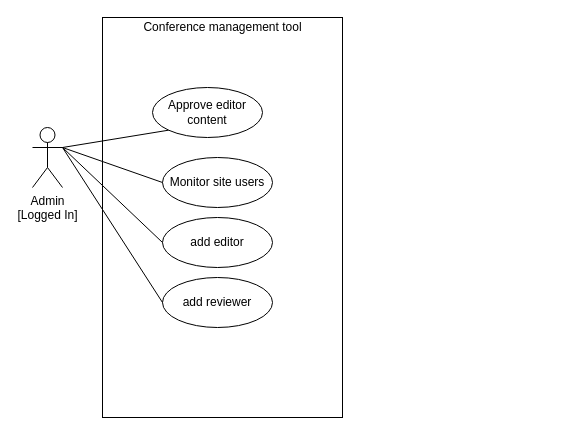
Above: page "Admin" (4 of 5) of diagrams/UseCase.drawio in matthew-sliit/conferencemgtool (draw.io), before the change. Source tidied: cells renumbered, new cells numbered last; positions are measured from the earlier drawing's top-left corner, leaving out a move shared by most shapes. Both pictures are drawn from the tidied source at 100%, with x=0, y=0 at pixel (32, 17).
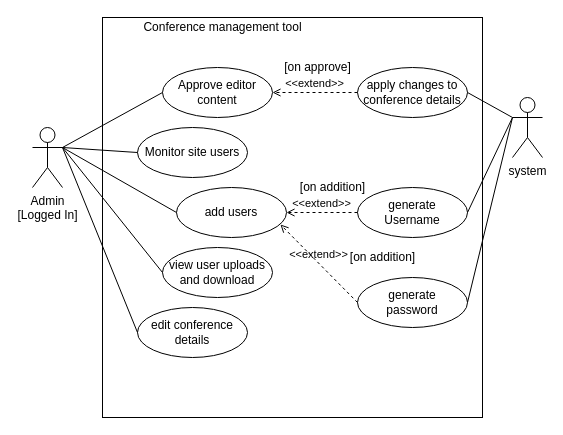
The same diagram, later.

The change refers to these unchanged cells:
```xml
<mxCell id="3" value="Admin&lt;br&gt;[Logged In]" style="shape=umlActor;verticalLabelPosition=bottom;verticalAlign=top;html=1;outlineConnect=0;" parent="1" vertex="1">
  <mxGeometry y="110" width="30" height="60" as="geometry" />
</mxCell>
```

What changed in the source:
```diff
@@
     <mxCell id="2" style="rounded=0;whiteSpace=wrap;html=1;" parent="1" vertex="1">
-      <mxGeometry x="70" width="240" height="400" as="geometry" />
+      <mxGeometry x="70" width="380" height="400" as="geometry" />
     </mxCell>
@@
     <mxCell id="4" value="Approve editor content" style="ellipse;whiteSpace=wrap;html=1;" parent="1" vertex="1">
-      <mxGeometry x="120" y="70" width="110" height="50" as="geometry" />
+      <mxGeometry x="130" y="50" width="110" height="50" as="geometry" />
     </mxCell>
     <mxCell id="5" value="Monitor site users" style="ellipse;whiteSpace=wrap;html=1;" parent="1" vertex="1">
-      <mxGeometry x="130" y="140" width="110" height="50" as="geometry" />
+      <mxGeometry x="105" y="110" width="110" height="50" as="geometry" />
     </mxCell>
-    <mxCell id="6" style="endArrow=none;html=1;exitX=1;exitY=0.3333333333333333;exitDx=0;exitDy=0;exitPerimeter=0;entryX=0;entryY=1;entryDx=0;entryDy=0;" parent="1" edge="1" source="3" target="4">
+    <mxCell id="6" style="endArrow=none;html=1;exitX=1;exitY=0.3333333333333333;exitDx=0;exitDy=0;exitPerimeter=0;entryX=0;entryY=0.5;entryDx=0;entryDy=0;" parent="1" edge="1" source="3" target="4">
       <mxGeometry relative="1" as="geometry" />
     </mxCell>
@@
-    <mxCell id="9" value="add editor" style="ellipse;whiteSpace=wrap;html=1;" parent="1" vertex="1">
-      <mxGeometry x="130" y="200" width="110" height="50" as="geometry" />
+    <mxCell id="9" value="add users" style="ellipse;whiteSpace=wrap;html=1;" parent="1" vertex="1">
+      <mxGeometry x="144" y="170" width="110" height="50" as="geometry" />
     </mxCell>
-    <mxCell id="10" value="add reviewer" style="ellipse;whiteSpace=wrap;html=1;" parent="1" vertex="1">
-      <mxGeometry x="130" y="260" width="110" height="50" as="geometry" />
+    <mxCell id="10" value="edit conference details" style="ellipse;whiteSpace=wrap;html=1;" parent="1" vertex="1">
+      <mxGeometry x="105" y="290" width="110" height="50" as="geometry" />
     </mxCell>
@@
+    <mxCell id="13" value="view user uploads and download" style="ellipse;whiteSpace=wrap;html=1;" parent="1" vertex="1">
+      <mxGeometry x="130" y="230" width="110" height="50" as="geometry" />
+    </mxCell>
+    <mxCell id="14" style="endArrow=none;html=1;entryX=0;entryY=0.5;entryDx=0;entryDy=0;exitX=1;exitY=0.3333333333333333;exitDx=0;exitDy=0;exitPerimeter=0;" parent="1" edge="1" source="3" target="13">
+      <mxGeometry relative="1" as="geometry" />
+    </mxCell>
+    <mxCell id="15" value="system" style="shape=umlActor;verticalLabelPosition=bottom;verticalAlign=top;html=1;outlineConnect=0;" parent="1" vertex="1">
+      <mxGeometry x="480" y="80" width="30" height="60" as="geometry" />
+    </mxCell>
+    <mxCell id="16" value="apply changes to conference details" style="ellipse;whiteSpace=wrap;html=1;" parent="1" vertex="1">
+      <mxGeometry x="325" y="50" width="110" height="50" as="geometry" />
+    </mxCell>
+    <mxCell id="17" style="endArrow=none;html=1;exitX=1;exitY=0.5;exitDx=0;exitDy=0;entryX=0;entryY=0.3333333333333333;entryDx=0;entryDy=0;entryPerimeter=0;" parent="1" edge="1" source="16" target="15">
+      <mxGeometry relative="1" as="geometry" />
+    </mxCell>
+    <mxCell id="18" value="generate &lt;br&gt;Username" style="ellipse;whiteSpace=wrap;html=1;" parent="1" vertex="1">
+      <mxGeometry x="325" y="170" width="110" height="50" as="geometry" />
+    </mxCell>
+    <mxCell id="19" value="generate &lt;br&gt;password" style="ellipse;whiteSpace=wrap;html=1;" parent="1" vertex="1">
+      <mxGeometry x="325" y="260" width="110" height="50" as="geometry" />
+    </mxCell>
+    <mxCell id="20" style="endArrow=none;html=1;exitX=1;exitY=0.5;exitDx=0;exitDy=0;entryX=0;entryY=0.3333333333333333;entryDx=0;entryDy=0;entryPerimeter=0;" parent="1" edge="1" source="18" target="15">
+      <mxGeometry relative="1" as="geometry" />
+    </mxCell>
+    <mxCell id="21" style="endArrow=none;html=1;exitX=1;exitY=0.5;exitDx=0;exitDy=0;entryX=0;entryY=0.3333333333333333;entryDx=0;entryDy=0;entryPerimeter=0;" parent="1" edge="1" source="19" target="15">
+      <mxGeometry relative="1" as="geometry" />
+    </mxCell>
+    <mxCell id="22" value="&amp;lt;&amp;lt;extend&amp;gt;&amp;gt;" style="html=1;verticalAlign=bottom;labelBackgroundColor=none;endArrow=open;endFill=0;dashed=1;entryX=1;entryY=0.5;entryDx=0;entryDy=0;exitX=0;exitY=0.5;exitDx=0;exitDy=0;" parent="1" edge="1" source="16" target="4">
+      <mxGeometry relative="1" as="geometry" />
+    </mxCell>
+    <mxCell id="23" value="&amp;lt;&amp;lt;extend&amp;gt;&amp;gt;" style="html=1;verticalAlign=bottom;labelBackgroundColor=none;endArrow=open;endFill=0;dashed=1;entryX=1;entryY=0.5;entryDx=0;entryDy=0;exitX=0;exitY=0.5;exitDx=0;exitDy=0;" parent="1" edge="1" source="18" target="9">
+      <mxGeometry relative="1" as="geometry" />
+    </mxCell>
+    <mxCell id="24" value="[on approve]" style="text;html=1;align=center;verticalAlign=middle;strokeColor=none;" parent="1" vertex="1">
+      <mxGeometry x="245" y="40" width="80" height="20" as="geometry" />
+    </mxCell>
+    <mxCell id="25" value="[on addition]" style="text;html=1;align=center;verticalAlign=middle;strokeColor=none;" parent="1" vertex="1">
+      <mxGeometry x="260" y="160" width="80" height="20" as="geometry" />
+    </mxCell>
+    <mxCell id="26" value="&amp;lt;&amp;lt;extend&amp;gt;&amp;gt;" style="html=1;verticalAlign=bottom;labelBackgroundColor=none;endArrow=open;endFill=0;dashed=1;entryX=0.945;entryY=0.74;entryDx=0;entryDy=0;exitX=0;exitY=0.5;exitDx=0;exitDy=0;entryPerimeter=0;" parent="1" edge="1" source="19" target="9">
+      <mxGeometry relative="1" as="geometry" />
+    </mxCell>
+    <mxCell id="27" value="[on addition]" style="text;html=1;align=center;verticalAlign=middle;strokeColor=none;" parent="1" vertex="1">
+      <mxGeometry x="310" y="230" width="80" height="20" as="geometry" />
+    </mxCell>
```
